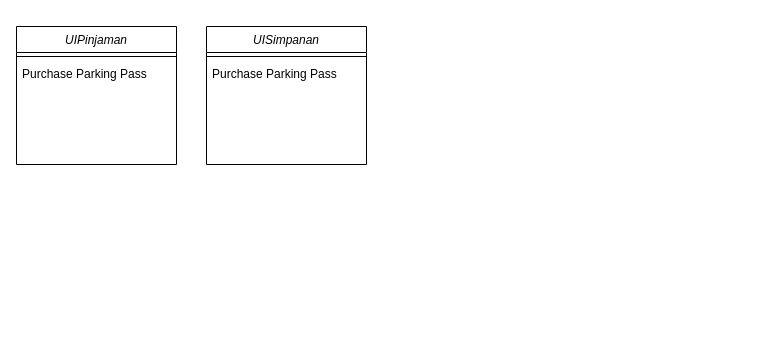
This is class.drawio from irfanshow/UML, a draw.io file, before an edit. Source tidied: cells renumbered, new cells numbered last; positions are measured from the earlier drawing's top-left corner, leaving out a move shared by most shapes. Both pictures are drawn from the tidied source at 100%, with x=0, y=0 at pixel (16, 26).
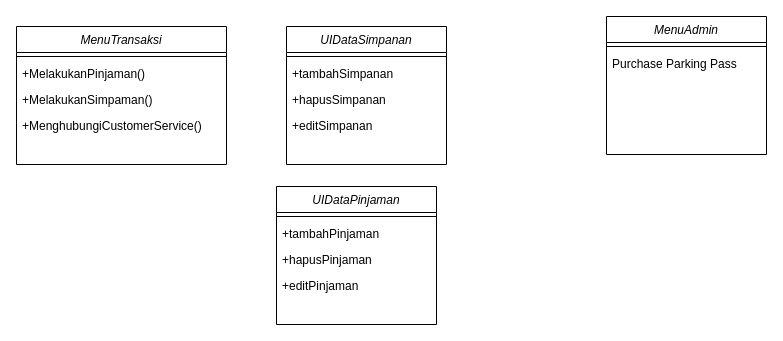
Above is the later version.

Diff of the diagram source:
```diff
@@
 <mxGraphModel>
   <root>
     <mxCell id="0" />
     <mxCell id="1" parent="0" />
-    <mxCell id="2" value="UISimpanan" style="swimlane;fontStyle=2;align=center;verticalAlign=top;horizontal=1;startSize=26;rounded=0;shadow=0;strokeWidth=1;" parent="1" vertex="1">
-      <mxGeometry x="190" width="160" height="138" as="geometry" />
+    <mxCell id="2" value="UIDataSimpanan" style="swimlane;fontStyle=2;align=center;verticalAlign=top;horizontal=1;startSize=26;rounded=0;shadow=0;strokeWidth=1;" parent="1" vertex="1">
+      <mxGeometry x="270" width="160" height="138" as="geometry" />
     </mxCell>
     <mxCell id="3" style="line;html=1;strokeWidth=1;align=left;verticalAlign=middle;spacingTop=-1;spacingLeft=3;spacingRight=3;labelPosition=right;" parent="2" vertex="1">
       <mxGeometry y="26" width="160" height="8" as="geometry" />
     </mxCell>
-    <mxCell id="4" value="Purchase Parking Pass" style="text;align=left;verticalAlign=top;spacingLeft=4;spacingRight=4;overflow=hidden;" parent="2" vertex="1">
+    <mxCell id="4" value="+tambahSimpanan" style="text;align=left;verticalAlign=top;spacingLeft=4;spacingRight=4;overflow=hidden;" parent="2" vertex="1">
       <mxGeometry y="34" width="160" height="26" as="geometry" />
     </mxCell>
+    <mxCell id="8" value="+hapusSimpanan" style="text;align=left;verticalAlign=top;spacingLeft=4;spacingRight=4;overflow=hidden;" parent="2" vertex="1">
+      <mxGeometry y="60" width="160" height="26" as="geometry" />
+    </mxCell>
+    <mxCell id="9" value="+editSimpanan" style="text;align=left;verticalAlign=top;spacingLeft=4;spacingRight=4;overflow=hidden;" parent="2" vertex="1">
+      <mxGeometry y="86" width="160" height="26" as="geometry" />
+    </mxCell>
-    <mxCell id="5" value="UIPinjaman" style="swimlane;fontStyle=2;align=center;verticalAlign=top;horizontal=1;startSize=26;rounded=0;shadow=0;strokeWidth=1;" parent="1" vertex="1">
-      <mxGeometry width="160" height="138" as="geometry" />
+    <mxCell id="5" value="MenuTransaksi" style="swimlane;fontStyle=2;align=center;verticalAlign=top;horizontal=1;startSize=26;rounded=0;shadow=0;strokeWidth=1;" parent="1" vertex="1">
+      <mxGeometry width="210" height="138" as="geometry" />
     </mxCell>
     <mxCell id="6" style="line;html=1;strokeWidth=1;align=left;verticalAlign=middle;spacingTop=-1;spacingLeft=3;spacingRight=3;labelPosition=right;" parent="5" vertex="1">
-      <mxGeometry y="26" width="160" height="8" as="geometry" />
+      <mxGeometry y="26" width="210" height="8" as="geometry" />
     </mxCell>
-    <mxCell id="7" value="Purchase Parking Pass" style="text;align=left;verticalAlign=top;spacingLeft=4;spacingRight=4;overflow=hidden;" parent="5" vertex="1">
-      <mxGeometry y="34" width="160" height="26" as="geometry" />
+    <mxCell id="7" value="+MelakukanPinjaman()" style="text;align=left;verticalAlign=top;spacingLeft=4;spacingRight=4;overflow=hidden;" parent="5" vertex="1">
+      <mxGeometry y="34" width="210" height="26" as="geometry" />
     </mxCell>
+    <mxCell id="10" value="+MelakukanSimpaman()" style="text;align=left;verticalAlign=top;spacingLeft=4;spacingRight=4;overflow=hidden;" parent="5" vertex="1">
+      <mxGeometry y="60" width="210" height="26" as="geometry" />
+    </mxCell>
+    <mxCell id="11" value="+MenghubungiCustomerService()" style="text;align=left;verticalAlign=top;spacingLeft=4;spacingRight=4;overflow=hidden;" parent="5" vertex="1">
+      <mxGeometry y="86" width="210" height="26" as="geometry" />
+    </mxCell>
+    <mxCell id="12" value="MenuAdmin" style="swimlane;fontStyle=2;align=center;verticalAlign=top;horizontal=1;startSize=26;rounded=0;shadow=0;strokeWidth=1;" parent="1" vertex="1">
+      <mxGeometry x="590" y="-10" width="160" height="138" as="geometry" />
+    </mxCell>
+    <mxCell id="13" style="line;html=1;strokeWidth=1;align=left;verticalAlign=middle;spacingTop=-1;spacingLeft=3;spacingRight=3;labelPosition=right;" parent="12" vertex="1">
+      <mxGeometry y="26" width="160" height="8" as="geometry" />
+    </mxCell>
+    <mxCell id="14" value="Purchase Parking Pass" style="text;align=left;verticalAlign=top;spacingLeft=4;spacingRight=4;overflow=hidden;" parent="12" vertex="1">
+      <mxGeometry y="34" width="160" height="26" as="geometry" />
+    </mxCell>
+    <mxCell id="15" value="UIDataPinjaman" style="swimlane;fontStyle=2;align=center;verticalAlign=top;horizontal=1;startSize=26;rounded=0;shadow=0;strokeWidth=1;" parent="1" vertex="1">
+      <mxGeometry x="260" y="160" width="160" height="138" as="geometry" />
+    </mxCell>
+    <mxCell id="16" style="line;html=1;strokeWidth=1;align=left;verticalAlign=middle;spacingTop=-1;spacingLeft=3;spacingRight=3;labelPosition=right;" parent="15" vertex="1">
+      <mxGeometry y="26" width="160" height="8" as="geometry" />
+    </mxCell>
+    <mxCell id="17" value="+tambahPinjaman" style="text;align=left;verticalAlign=top;spacingLeft=4;spacingRight=4;overflow=hidden;" parent="15" vertex="1">
+      <mxGeometry y="34" width="160" height="26" as="geometry" />
+    </mxCell>
+    <mxCell id="18" value="+hapusPinjaman" style="text;align=left;verticalAlign=top;spacingLeft=4;spacingRight=4;overflow=hidden;" parent="15" vertex="1">
+      <mxGeometry y="60" width="160" height="26" as="geometry" />
+    </mxCell>
+    <mxCell id="19" value="+editPinjaman" style="text;align=left;verticalAlign=top;spacingLeft=4;spacingRight=4;overflow=hidden;" parent="15" vertex="1">
+      <mxGeometry y="86" width="160" height="26" as="geometry" />
+    </mxCell>
   </root>
 </mxGraphModel>
```
